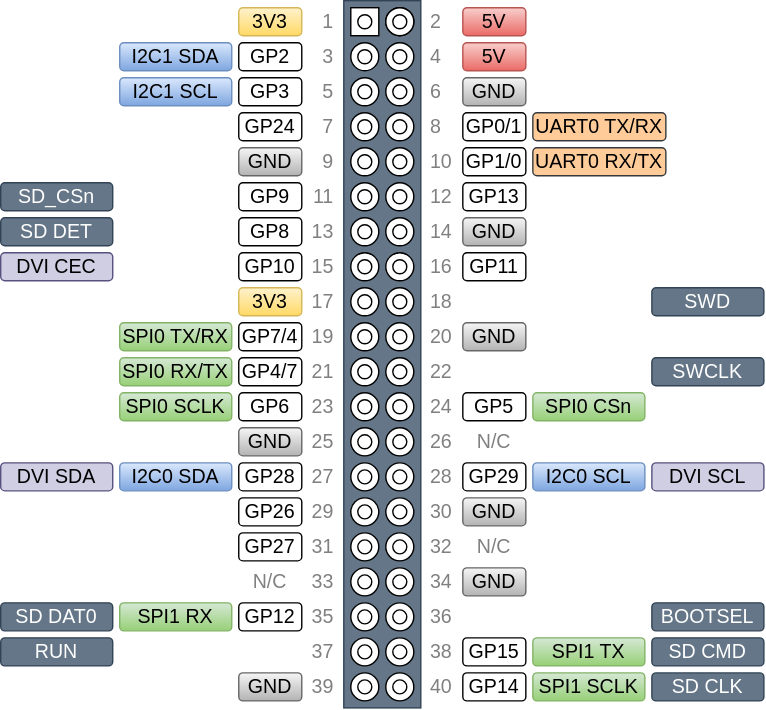
DLehenbauer/faux-pi-zero keeps this draw.io diagram as docs/assets/pinout.drawio.svg. Above is the earlier version. Source tidied: cells renumbered, new cells last; positions are measured from the earlier drawing's top-left corner, leaving out a move shared by most shapes.
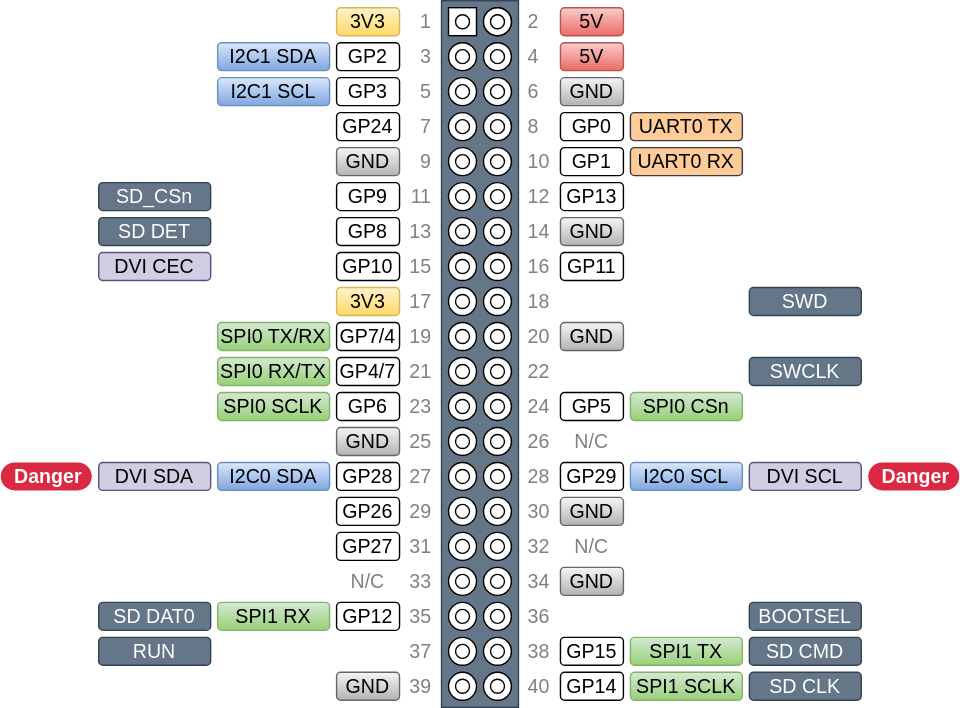
Later version of the same file.

Change to the diagram source:
```diff
@@ -452,20 +452,20 @@
     <mxCell id="151" value="GND" style="rounded=1;whiteSpace=wrap;html=1;labelBackgroundColor=none;fontSize=14;fillColor=#f5f5f5;strokeColor=#666666;gradientColor=#b3b3b3;" parent="1" vertex="1">
       <mxGeometry x="330" y="55" width="45" height="20" as="geometry" />
     </mxCell>
-    <mxCell id="152" value="GP0/1" style="rounded=1;whiteSpace=wrap;html=1;labelBackgroundColor=none;fontSize=14;" parent="1" vertex="1">
+    <mxCell id="152" value="GP0" style="rounded=1;whiteSpace=wrap;html=1;labelBackgroundColor=none;fontSize=14;" parent="1" vertex="1">
       <mxGeometry x="330" y="80" width="45" height="20" as="geometry" />
     </mxCell>
-    <mxCell id="153" value="GP1/0" style="rounded=1;whiteSpace=wrap;html=1;labelBackgroundColor=none;fontSize=14;" parent="1" vertex="1">
+    <mxCell id="153" value="GP1" style="rounded=1;whiteSpace=wrap;html=1;labelBackgroundColor=none;fontSize=14;" parent="1" vertex="1">
       <mxGeometry x="330" y="105" width="45" height="20" as="geometry" />
     </mxCell>
     <mxCell id="154" value="GP13" style="rounded=1;whiteSpace=wrap;html=1;labelBackgroundColor=none;fontSize=14;" parent="1" vertex="1">
       <mxGeometry x="330" y="130" width="45" height="20" as="geometry" />
     </mxCell>
-    <mxCell id="155" value="UART0 TX/RX" style="rounded=1;whiteSpace=wrap;html=1;labelBackgroundColor=none;fontSize=14;fillColor=#ffcc99;strokeColor=#36393d;" parent="1" vertex="1">
-      <mxGeometry x="380" y="80" width="95" height="20" as="geometry" />
+    <mxCell id="155" value="UART0 TX" style="rounded=1;whiteSpace=wrap;html=1;labelBackgroundColor=none;fontSize=14;fillColor=#ffcc99;strokeColor=#36393d;" parent="1" vertex="1">
+      <mxGeometry x="380" y="80" width="80" height="20" as="geometry" />
     </mxCell>
-    <mxCell id="156" value="UART0 RX/TX" style="rounded=1;whiteSpace=wrap;html=1;labelBackgroundColor=none;fontSize=14;fillColor=#ffcc99;strokeColor=#36393d;" parent="1" vertex="1">
-      <mxGeometry x="380" y="105" width="95" height="20" as="geometry" />
+    <mxCell id="156" value="UART0 RX" style="rounded=1;whiteSpace=wrap;html=1;labelBackgroundColor=none;fontSize=14;fillColor=#ffcc99;strokeColor=#36393d;" parent="1" vertex="1">
+      <mxGeometry x="380" y="105" width="80" height="20" as="geometry" />
     </mxCell>
     <mxCell id="157" value="GND" style="rounded=1;whiteSpace=wrap;html=1;labelBackgroundColor=none;fontSize=14;fillColor=#f5f5f5;strokeColor=#666666;gradientColor=#b3b3b3;" parent="1" vertex="1">
       <mxGeometry x="330" y="155" width="45" height="20" as="geometry" />
@@ -554,5 +554,11 @@
     <mxCell id="185" value="RUN" style="rounded=1;whiteSpace=wrap;html=1;labelBackgroundColor=none;fontSize=14;fillColor=#647687;strokeColor=#314354;fontColor=#ffffff;" parent="1" vertex="1">
       <mxGeometry y="455" width="80" height="20" as="geometry" />
     </mxCell>
+    <mxCell id="186" value="Danger" style="rounded=1;whiteSpace=wrap;html=1;arcSize=50;strokeColor=none;strokeWidth=1;fillColor=#DB2843;fontColor=#FFFFFF;whiteSpace=wrap;align=left;verticalAlign=middle;spacingLeft=0;fontStyle=1;fontSize=14;spacing=10;" parent="1" vertex="1">
+      <mxGeometry x="-70" y="330" width="65" height="20" as="geometry" />
+    </mxCell>
+    <mxCell id="187" value="Danger" style="rounded=1;whiteSpace=wrap;html=1;arcSize=50;strokeColor=none;strokeWidth=1;fillColor=#DB2843;fontColor=#FFFFFF;whiteSpace=wrap;align=left;verticalAlign=middle;spacingLeft=0;fontStyle=1;fontSize=14;spacing=10;" parent="1" vertex="1">
+      <mxGeometry x="550" y="330" width="65" height="20" as="geometry" />
+    </mxCell>
   </root>
 </mxGraphModel>
```
